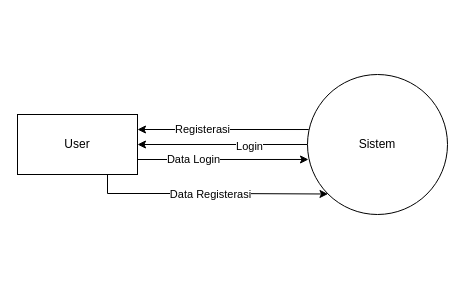
Before: Context Diagram.drawio in karageee/Login-system-and-gmm-voice-auth, a draw.io diagram. Source tidied: cells renumbered, new cells numbered last; positions are measured from the earlier drawing's top-left corner, leaving out a move shared by most shapes. Both pictures are drawn from the tidied source at 100%, with x=0, y=0 at pixel (17, 74).
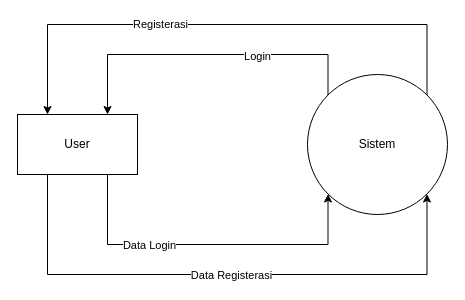
The same diagram, later.

Change to the diagram source:
```diff
@@
 <mxGraphModel>
   <root>
     <mxCell id="0" />
     <mxCell id="1" parent="0" />
-    <mxCell id="2" style="edgeStyle=orthogonalEdgeStyle;rounded=0;jettySize=auto;html=1;exitX=1;exitY=0.75;exitDx=0;exitDy=0;entryX=0.007;entryY=0.607;entryDx=0;entryDy=0;entryPerimeter=0;" parent="1" edge="1" source="6" target="11">
-      <mxGeometry relative="1" as="geometry" />
+    <mxCell id="2" style="edgeStyle=orthogonalEdgeStyle;rounded=0;jettySize=auto;html=1;exitX=0.75;exitY=1;exitDx=0;exitDy=0;entryX=0;entryY=1;entryDx=0;entryDy=0;" parent="1" edge="1" source="6" target="11">
+      <mxGeometry relative="1" as="geometry">
+        <Array as="points">
+          <mxPoint x="90" y="170" />
+          <mxPoint x="310" y="170" />
+        </Array>
+      </mxGeometry>
     </mxCell>
     <mxCell id="3" value="Data Login" style="edgeLabel;html=1;align=center;verticalAlign=middle;" parent="2" vertex="1">
       <mxGeometry x="-0.35" relative="1" as="geometry" />
     </mxCell>
-    <mxCell id="4" style="edgeStyle=orthogonalEdgeStyle;rounded=0;jettySize=auto;html=1;exitX=0.75;exitY=1;exitDx=0;exitDy=0;entryX=0;entryY=1;entryDx=0;entryDy=0;" parent="1" edge="1" source="6" target="11">
+    <mxCell id="4" style="edgeStyle=orthogonalEdgeStyle;rounded=0;jettySize=auto;html=1;exitX=0.25;exitY=1;exitDx=0;exitDy=0;entryX=1;entryY=1;entryDx=0;entryDy=0;" parent="1" edge="1" source="6" target="11">
       <mxGeometry relative="1" as="geometry">
         <Array as="points">
-          <mxPoint x="90" y="119" />
-          <mxPoint x="205" y="119" />
+          <mxPoint x="30" y="200" />
+          <mxPoint x="409" y="200" />
+          <mxPoint x="409" y="119" />
         </Array>
       </mxGeometry>
     </mxCell>
     <mxCell id="5" value="Data Registerasi" style="edgeLabel;html=1;align=center;verticalAlign=middle;" parent="4" vertex="1">
       <mxGeometry x="0.01" relative="1" as="geometry" />
     </mxCell>
     <mxCell id="6" value="User" style="rounded=0;whiteSpace=wrap;html=1;" parent="1" vertex="1">
       <mxGeometry y="40" width="120" height="60" as="geometry" />
     </mxCell>
-    <mxCell id="7" style="edgeStyle=orthogonalEdgeStyle;rounded=0;jettySize=auto;html=1;entryX=1;entryY=0.5;entryDx=0;entryDy=0;" parent="1" edge="1" source="11" target="6">
-      <mxGeometry relative="1" as="geometry" />
+    <mxCell id="7" style="edgeStyle=orthogonalEdgeStyle;rounded=0;jettySize=auto;html=1;entryX=0.75;entryY=0;entryDx=0;entryDy=0;exitX=0;exitY=0;exitDx=0;exitDy=0;" parent="1" edge="1" source="11" target="6">
+      <mxGeometry relative="1" as="geometry">
+        <Array as="points">
+          <mxPoint x="310" y="-20" />
+          <mxPoint x="90" y="-20" />
+        </Array>
+      </mxGeometry>
     </mxCell>
     <mxCell id="8" value="Login" style="edgeLabel;html=1;align=center;verticalAlign=middle;" parent="7" vertex="1">
       <mxGeometry x="-0.3" y="1" relative="1" as="geometry" />
     </mxCell>
-    <mxCell id="9" style="edgeStyle=orthogonalEdgeStyle;rounded=0;jettySize=auto;html=1;exitX=0.009;exitY=0.393;exitDx=0;exitDy=0;entryX=1;entryY=0.25;entryDx=0;entryDy=0;exitPerimeter=0;" parent="1" edge="1" source="11" target="6">
-      <mxGeometry relative="1" as="geometry" />
+    <mxCell id="9" style="edgeStyle=orthogonalEdgeStyle;rounded=0;jettySize=auto;html=1;exitX=1;exitY=0;exitDx=0;exitDy=0;" parent="1" edge="1" source="11">
+      <mxGeometry relative="1" as="geometry">
+        <mxPoint x="30" y="40" as="targetPoint" />
+        <Array as="points">
+          <mxPoint x="410" y="-50" />
+          <mxPoint x="30" y="-50" />
+        </Array>
+      </mxGeometry>
     </mxCell>
     <mxCell id="10" value="Registerasi" style="edgeLabel;html=1;align=center;verticalAlign=middle;" parent="9" vertex="1">
       <mxGeometry x="0.25" y="-1" relative="1" as="geometry" />
     </mxCell>
     <mxCell id="11" value="Sistem" style="ellipse;whiteSpace=wrap;html=1;" parent="1" vertex="1">
       <mxGeometry x="290" width="140" height="140" as="geometry" />
     </mxCell>
   </root>
 </mxGraphModel>
```
